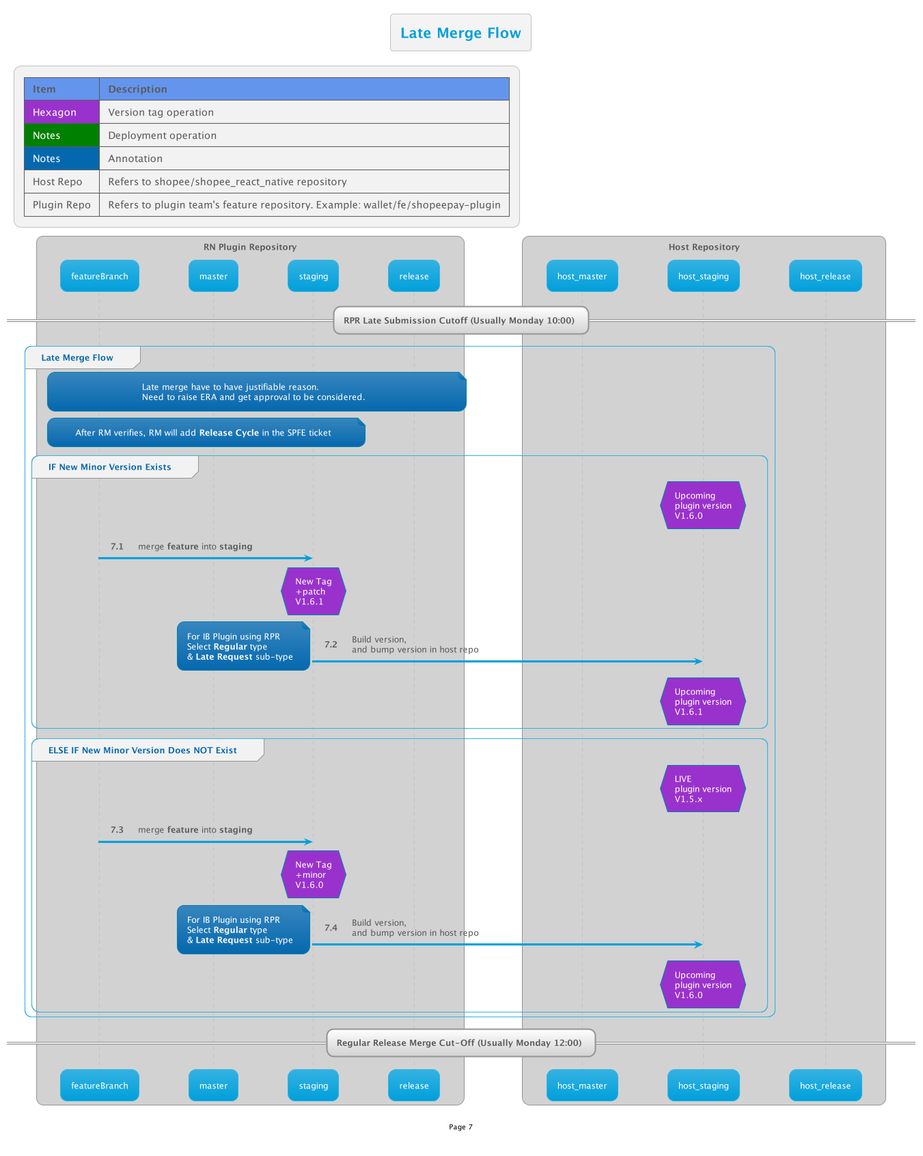
Earlier version of the PlantUML export out/RNReview/CodeMergeFlow/7/7.png (thetomitomo/diagrams).
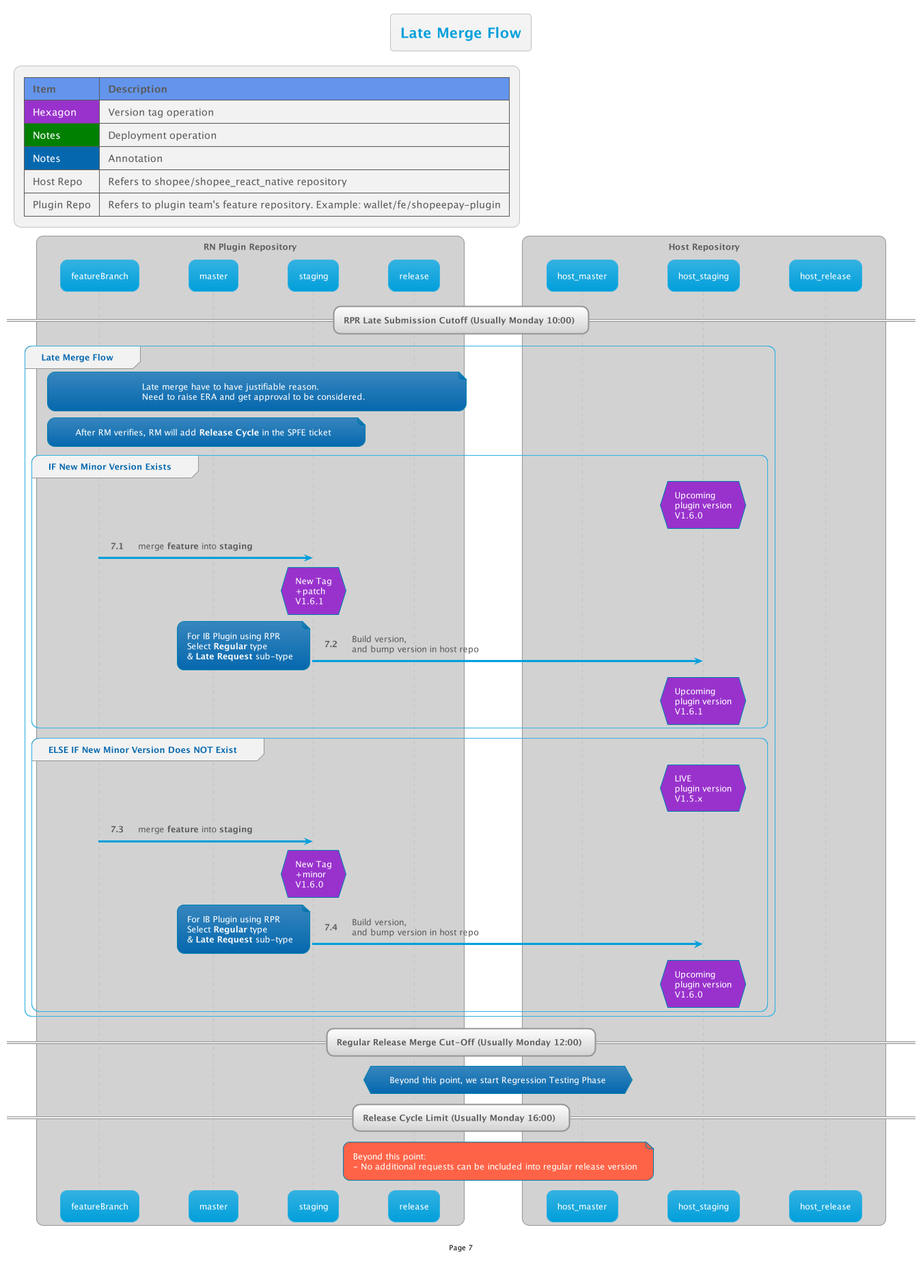
The same diagram one commit later.

Change to the diagram source:
```diff
@@ -41,4 +41,10 @@
 
 == Regular Release Merge Cut-Off (Usually Monday 12:00) ==
 
+hnote over host_master,release: Beyond this point, we start Regression Testing Phase
+
+== Release Cycle Limit (Usually Monday 16:00) ==
+
+note over host_master,release#Tomato: Beyond this point:\n- No additional requests can be included into regular release version
+
 @enduml
```
